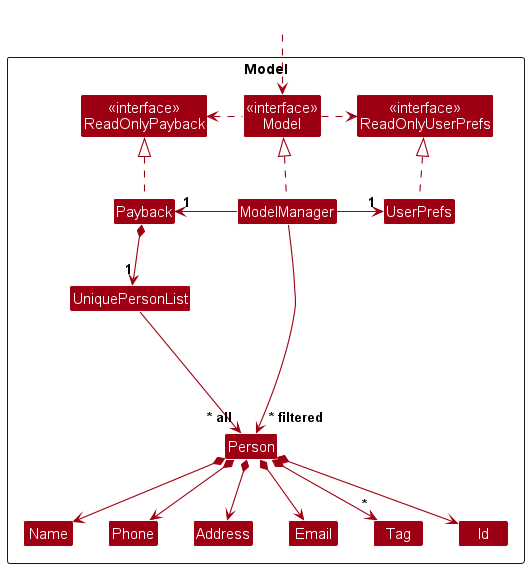
PateShin/tp keeps this PlantUML diagram as docs/images/ModelClassDiagram.png. Above is the earlier version.
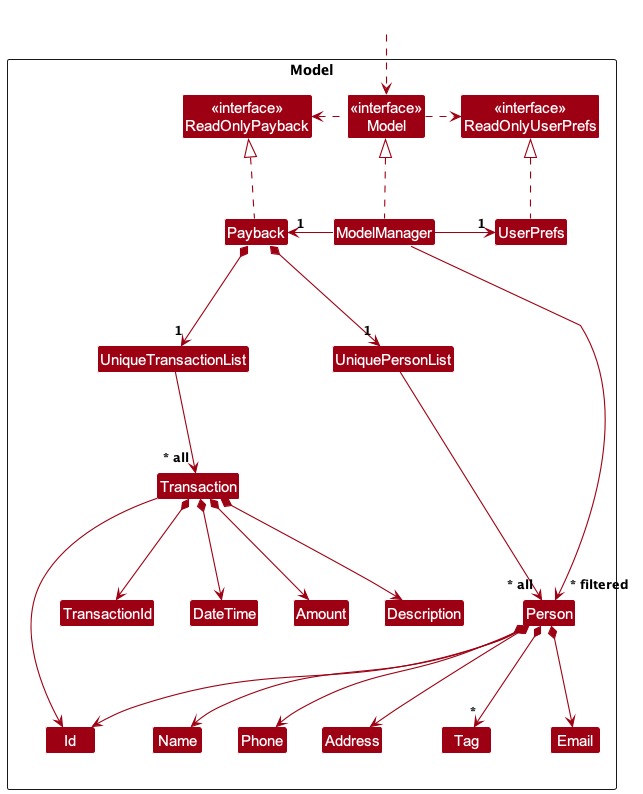
After the commit.

Diff of the diagram source:
```diff
@@ -20,6 +20,13 @@
 Class Phone
 Class Tag
 Class Id
+
+Class UniqueTransactionList
+Class Transaction
+Class TransactionId
+Class DateTime
+Class Amount
+Class Description
 
 Class I #FFFFFF
 }
@@ -45,6 +52,14 @@
 Person *--> "*" Tag
 Person *--> Id
 
+Payback *--> "1" UniqueTransactionList
+UniqueTransactionList --> "~* all" Transaction
+Transaction *--> TransactionId
+Transaction *--> DateTime
+Transaction *--> Amount
+Transaction *--> Description
+Transaction --> Id
+
 Person -[hidden]up--> I
 UniquePersonList -[hidden]right-> I
 
```
